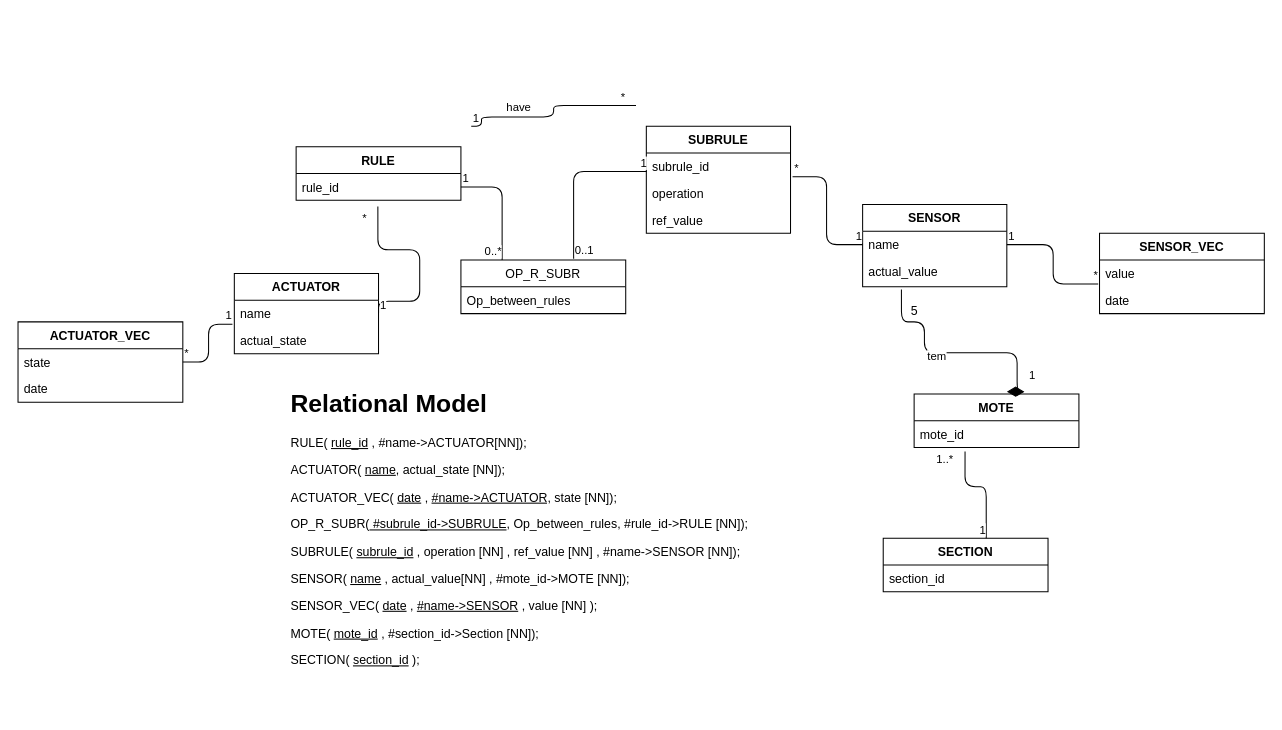
Above: squematics/DB.drawio in Automation-yatata/Industry4.0-PizzaPlace (draw.io), before the change. Source tidied: cells renumbered, new cells numbered last; positions are measured from the earlier drawing's top-left corner, leaving out a move shared by most shapes. Both pictures are drawn from the tidied source at 103%, with x=0, y=0 at pixel (18, 105).
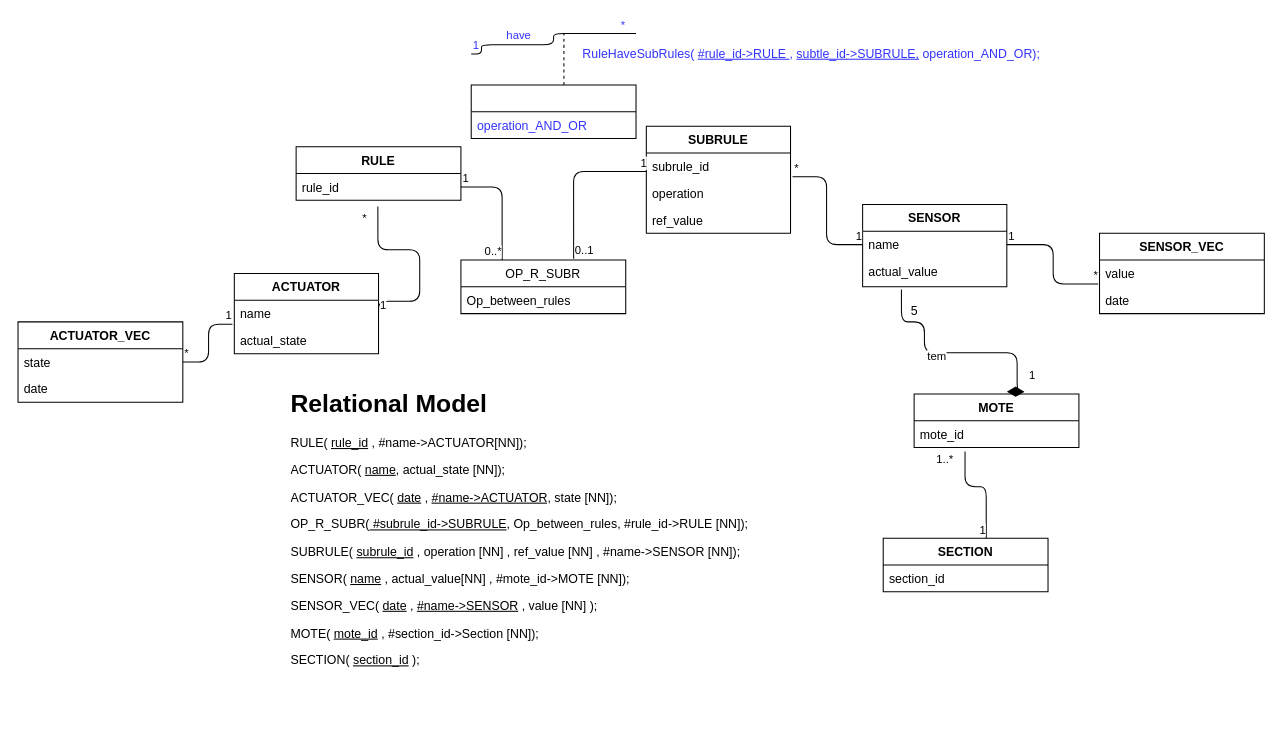
The same page after the edit.

Diff of the diagram source:
```diff
@@
-    <mxCell id="8" style="endArrow=none;html=1;edgeStyle=orthogonalEdgeStyle;" parent="1" edge="1">
+    <mxCell id="8" style="endArrow=none;html=1;edgeStyle=orthogonalEdgeStyle;fontColor=#3333FF;" parent="1" edge="1">
       <mxGeometry relative="1" as="geometry">
-        <mxPoint x="440" y="20" as="sourcePoint" />
-        <mxPoint x="600" as="targetPoint" />
+        <mxPoint x="440" y="-50" as="sourcePoint" />
+        <mxPoint x="600" y="-70" as="targetPoint" />
         <Array as="points">
-          <mxPoint x="450" y="20" />
-          <mxPoint x="450" y="11" />
-          <mxPoint x="520" y="11" />
-          <mxPoint x="520" />
+          <mxPoint x="450" y="-50" />
+          <mxPoint x="450" y="-59" />
+          <mxPoint x="520" y="-59" />
+          <mxPoint x="520" y="-70" />
         </Array>
       </mxGeometry>
     </mxCell>
-    <mxCell id="9" value="1" style="edgeLabel;html=1;align=left;verticalAlign=bottom;" parent="8" vertex="1">
+    <mxCell id="9" value="1" style="edgeLabel;html=1;align=left;verticalAlign=bottom;fontColor=#3333FF;" parent="8" vertex="1">
       <mxGeometry x="-1" relative="1" as="geometry" />
     </mxCell>
-    <mxCell id="10" value="*" style="edgeLabel;html=1;align=right;verticalAlign=bottom;" parent="8" vertex="1">
+    <mxCell id="10" value="*" style="edgeLabel;html=1;align=right;verticalAlign=bottom;fontColor=#3333FF;" parent="8" vertex="1">
       <mxGeometry x="1" relative="1" as="geometry">
         <mxPoint x="-10" as="offset" />
       </mxGeometry>
     </mxCell>
-    <mxCell id="11" value="have" style="edgeLabel;html=1;align=center;verticalAlign=middle;" parent="8" vertex="1">
+    <mxCell id="11" value="have" style="edgeLabel;html=1;align=center;verticalAlign=middle;fontColor=#3333FF;" parent="8" vertex="1">
       <mxGeometry x="-0.4" y="1" relative="1" as="geometry">
         <mxPoint y="-9" as="offset" />
       </mxGeometry>
     </mxCell>
@@
+    <mxCell id="55" style="swimlane;fontStyle=1;align=center;verticalAlign=top;horizontal=1;startSize=26;fontColor=#3333FF;" parent="1" vertex="1">
+      <mxGeometry x="440" y="-20" width="160" height="52" as="geometry" />
+    </mxCell>
+    <mxCell id="56" value="operation_AND_OR" style="text;strokeColor=none;fillColor=none;align=left;verticalAlign=top;spacingLeft=4;spacingRight=4;overflow=hidden;fontColor=#3333FF;" parent="55" vertex="1">
+      <mxGeometry y="26" width="160" height="26" as="geometry" />
+    </mxCell>
+    <mxCell id="57" style="endArrow=none;endSize=12;dashed=1;html=1;endFill=0;fontColor=#3333FF;" parent="1" edge="1">
+      <mxGeometry x="-0.2" y="-10" relative="1" as="geometry">
+        <mxPoint x="530" y="-20" as="sourcePoint" />
+        <mxPoint x="530" y="-70" as="targetPoint" />
+      </mxGeometry>
+    </mxCell>
+    <mxCell id="58" value="RuleHaveSubRules( &lt;u&gt;#rule_id-&amp;gt;RULE &lt;/u&gt;,&amp;nbsp;&lt;u&gt;subtle_id-&amp;gt;SUBRULE,&lt;/u&gt;&amp;nbsp;operation_AND_OR);" style="text;html=1;align=center;verticalAlign=middle;strokeColor=none;fontColor=#3333FF;" parent="1" vertex="1">
+      <mxGeometry x="540" y="-60" width="460" height="20" as="geometry" />
+    </mxCell>
```
